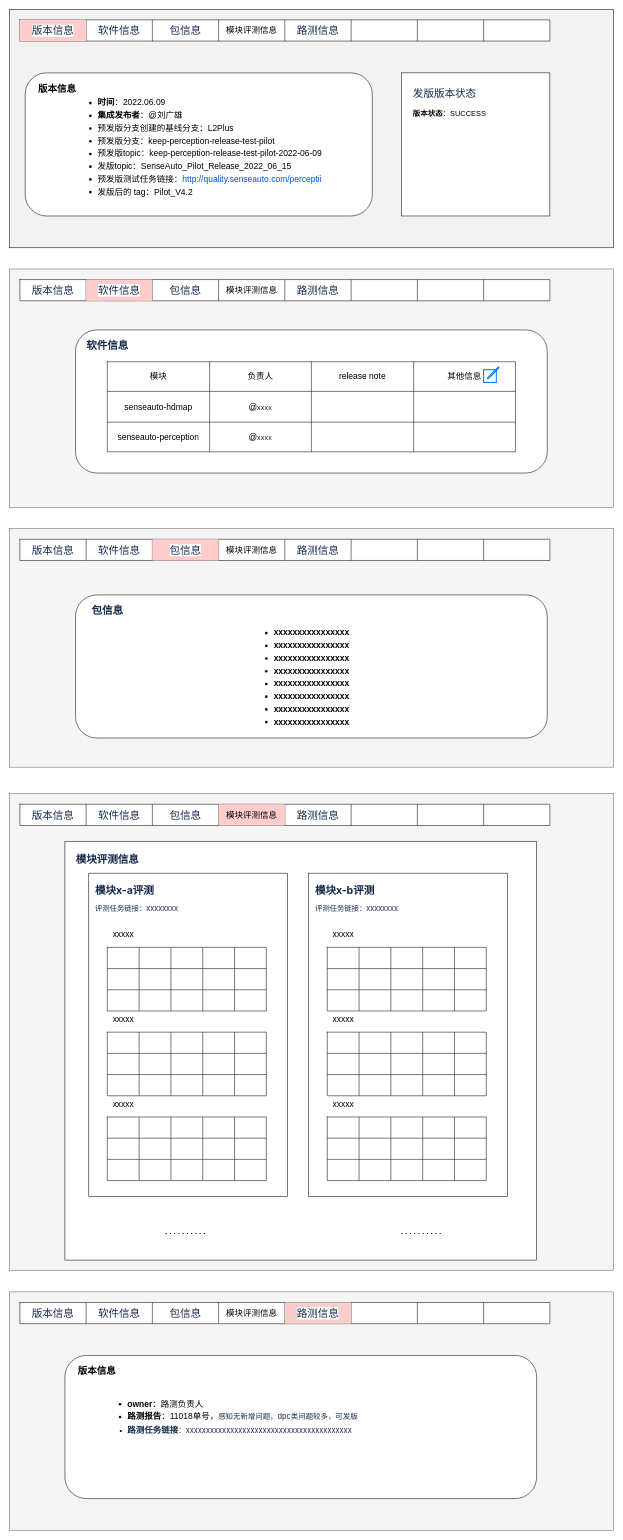
The draw.io diagram 发版测试报告.drawio in isAlbertYu/diagrams, before the edit. Source tidied: cells renumbered, new cells numbered last; positions are measured from the earlier drawing's top-left corner, leaving out a move shared by most shapes. Both pictures are drawn from the tidied source at 53%, with x=0, y=0 at pixel (9, 9).
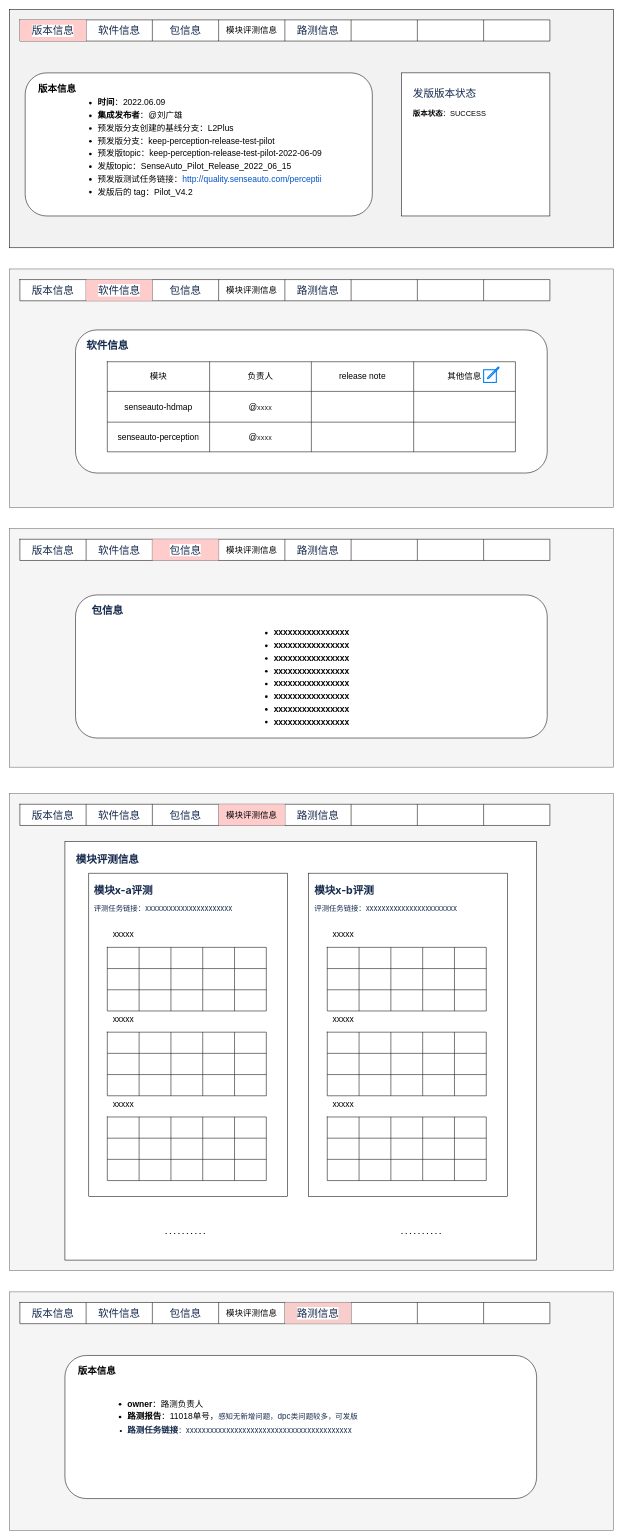
The same diagram, later.

Commit message:
Update 发版测试报告.drawio

Diff of the diagram source:
```diff
@@
-    <mxCell id="145" value="&lt;h2 style=&quot;text-align: start;&quot;&gt;&lt;font face=&quot;-apple-system, BlinkMacSystemFont, Segoe UI, Roboto, Oxygen, Ubuntu, Fira Sans, Droid Sans, Helvetica Neue, sans-serif&quot; color=&quot;#172b4d&quot;&gt;&lt;span style=&quot;font-size: 20px; letter-spacing: -0.16px; background-color: rgb(255, 255, 255);&quot;&gt;模块x-a评测&lt;/span&gt;&lt;/font&gt;&lt;/h2&gt;&lt;div style=&quot;text-align: left;&quot;&gt;&lt;font size=&quot;1&quot; face=&quot;-apple-system, BlinkMacSystemFont, Segoe UI, Roboto, Oxygen, Ubuntu, Fira Sans, Droid Sans, Helvetica Neue, sans-serif&quot; color=&quot;#172b4d&quot;&gt;&lt;span style=&quot;letter-spacing: -0.16px; background-color: rgb(255, 255, 255); font-size: 14px;&quot;&gt;评测任务链接：xxxxxxxx&lt;/span&gt;&lt;/font&gt;&lt;/div&gt;" style="text;html=1;align=center;verticalAlign=middle;fillColor=none;strokeColor=none;rounded=0;" parent="1" vertex="1">
-      <mxGeometry x="150" y="1630" width="180" height="80" as="geometry" />
+    <mxCell id="145" value="&lt;h2 style=&quot;text-align: start;&quot;&gt;&lt;font face=&quot;-apple-system, BlinkMacSystemFont, Segoe UI, Roboto, Oxygen, Ubuntu, Fira Sans, Droid Sans, Helvetica Neue, sans-serif&quot; color=&quot;#172b4d&quot;&gt;&lt;span style=&quot;font-size: 20px; letter-spacing: -0.16px; background-color: rgb(255, 255, 255);&quot;&gt;模块x-a评测&lt;/span&gt;&lt;/font&gt;&lt;/h2&gt;&lt;div style=&quot;text-align: left;&quot;&gt;&lt;font size=&quot;1&quot; face=&quot;-apple-system, BlinkMacSystemFont, Segoe UI, Roboto, Oxygen, Ubuntu, Fira Sans, Droid Sans, Helvetica Neue, sans-serif&quot; color=&quot;#172b4d&quot;&gt;&lt;span style=&quot;letter-spacing: -0.16px; background-color: rgb(255, 255, 255); font-size: 14px;&quot;&gt;评测任务链接：xxxxxxxxxxxxxxxxxxxxxx&lt;/span&gt;&lt;/font&gt;&lt;/div&gt;" style="text;html=1;align=center;verticalAlign=middle;fillColor=none;strokeColor=none;rounded=0;" parent="1" vertex="1">
+      <mxGeometry x="150" y="1630" width="280" height="80" as="geometry" />
     </mxCell>
@@
-    <mxCell id="212" value="&lt;h2 style=&quot;text-align: start;&quot;&gt;&lt;font face=&quot;-apple-system, BlinkMacSystemFont, Segoe UI, Roboto, Oxygen, Ubuntu, Fira Sans, Droid Sans, Helvetica Neue, sans-serif&quot; color=&quot;#172b4d&quot;&gt;&lt;span style=&quot;font-size: 20px; letter-spacing: -0.16px; background-color: rgb(255, 255, 255);&quot;&gt;模块x-b评测&lt;/span&gt;&lt;/font&gt;&lt;/h2&gt;&lt;div style=&quot;text-align: left;&quot;&gt;&lt;font size=&quot;1&quot; face=&quot;-apple-system, BlinkMacSystemFont, Segoe UI, Roboto, Oxygen, Ubuntu, Fira Sans, Droid Sans, Helvetica Neue, sans-serif&quot; color=&quot;#172b4d&quot;&gt;&lt;span style=&quot;letter-spacing: -0.16px; background-color: rgb(255, 255, 255); font-size: 14px;&quot;&gt;评测任务链接：xxxxxxxx&lt;/span&gt;&lt;/font&gt;&lt;/div&gt;" style="text;html=1;align=center;verticalAlign=middle;fillColor=none;strokeColor=none;rounded=0;" parent="1" vertex="1">
-      <mxGeometry x="565" y="1630" width="180" height="80" as="geometry" />
+    <mxCell id="212" value="&lt;h2 style=&quot;text-align: start;&quot;&gt;&lt;font face=&quot;-apple-system, BlinkMacSystemFont, Segoe UI, Roboto, Oxygen, Ubuntu, Fira Sans, Droid Sans, Helvetica Neue, sans-serif&quot; color=&quot;#172b4d&quot;&gt;&lt;span style=&quot;font-size: 20px; letter-spacing: -0.16px; background-color: rgb(255, 255, 255);&quot;&gt;模块x-b评测&lt;/span&gt;&lt;/font&gt;&lt;/h2&gt;&lt;div style=&quot;text-align: left;&quot;&gt;&lt;font size=&quot;1&quot; face=&quot;-apple-system, BlinkMacSystemFont, Segoe UI, Roboto, Oxygen, Ubuntu, Fira Sans, Droid Sans, Helvetica Neue, sans-serif&quot; color=&quot;#172b4d&quot;&gt;&lt;span style=&quot;letter-spacing: -0.16px; background-color: rgb(255, 255, 255); font-size: 14px;&quot;&gt;评测任务链接：xxxxxxxxxxxxxxxxxxxxxxx&lt;/span&gt;&lt;/font&gt;&lt;/div&gt;" style="text;html=1;align=center;verticalAlign=middle;fillColor=none;strokeColor=none;rounded=0;" parent="1" vertex="1">
+      <mxGeometry x="565" y="1630" width="290" height="80" as="geometry" />
     </mxCell>
```
